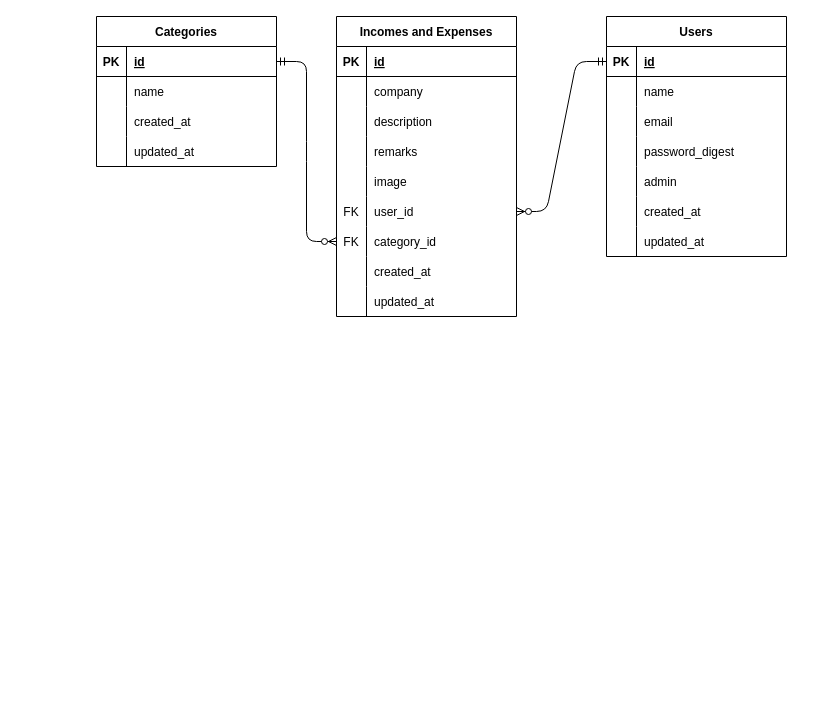
The draw.io diagram docs/er_diagram.drawio in KeiSuzukiNishi/shared_household_account_book, before the edit. Source tidied: cells renumbered, new cells numbered last; positions are measured from the earlier drawing's top-left corner, leaving out a move shared by most shapes. Both pictures are drawn from the tidied source at 100%, with x=0, y=0 at pixel (16, 16).
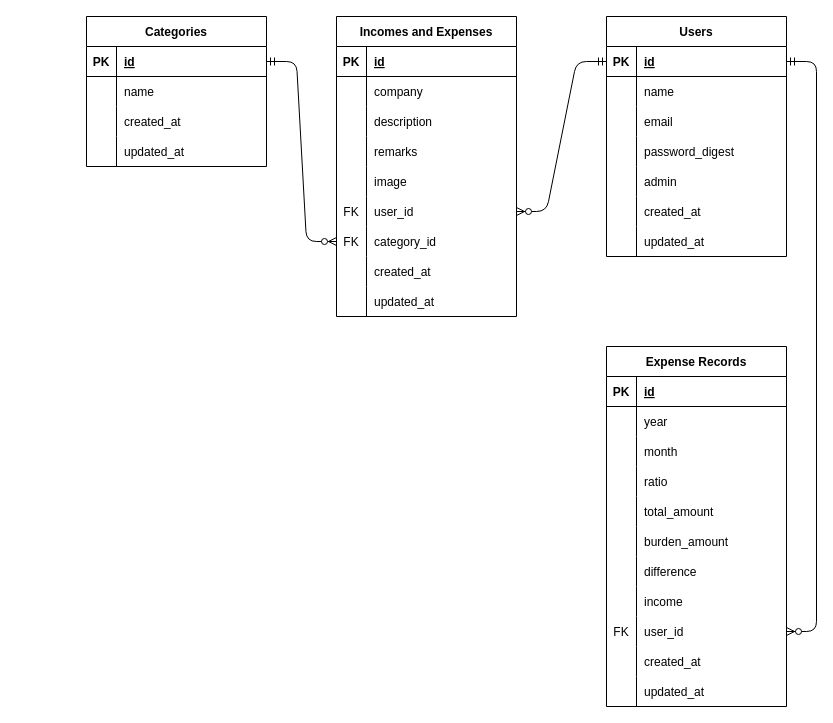
The same page after the edit.

Commit message (it also covers changes not shown here):
er図、フローチャート更新

Unchanged cells that the change refers to:
```xml
<mxCell id="3" style="shape=tableRow;horizontal=0;startSize=0;swimlaneHead=0;swimlaneBody=0;fillColor=none;points=[[0,0.5],[1,0.5]];portConstraint=eastwest;top=0;left=0;right=0;bottom=1;" parent="2" vertex="1">
  <mxGeometry y="30" width="180" height="30" as="geometry" />
</mxCell>
```

Change to the diagram source:
```diff
@@
     <mxCell id="25" value="Categories" style="shape=table;startSize=30;childLayout=tableLayout;rowLines=0;fontStyle=1;align=center;shadow=0;" parent="1" vertex="1">
-      <mxGeometry x="80" width="180" height="150" as="geometry" />
+      <mxGeometry x="70" width="180" height="150" as="geometry" />
     </mxCell>
@@
+    <mxCell id="68" value="Expense Records" style="shape=table;startSize=30;childLayout=tableLayout;rowLines=0;fontStyle=1;align=center;shadow=0;swimlaneLine=1;" parent="1" vertex="1">
+      <mxGeometry x="590" y="330" width="180" height="360" as="geometry" />
+    </mxCell>
+    <mxCell id="69" style="shape=tableRow;horizontal=0;startSize=0;swimlaneHead=0;swimlaneBody=0;fillColor=none;top=0;left=0;right=0;bottom=1;" parent="68" vertex="1">
+      <mxGeometry y="30" width="180" height="30" as="geometry" />
+    </mxCell>
+    <mxCell id="70" value="PK" style="shape=partialRectangle;fillColor=none;top=0;left=0;bottom=0;right=0;fontStyle=1;overflow=hidden;" parent="69" vertex="1">
+      <mxGeometry width="30" height="30" as="geometry" />
+    </mxCell>
+    <mxCell id="71" value="id" style="shape=partialRectangle;fillColor=none;top=0;left=0;bottom=0;right=0;align=left;spacingLeft=6;fontStyle=5;overflow=hidden;" parent="69" vertex="1">
+      <mxGeometry x="30" width="150" height="30" as="geometry" />
+    </mxCell>
+    <mxCell id="72" style="shape=tableRow;horizontal=0;startSize=0;swimlaneHead=0;swimlaneBody=0;fillColor=none;top=0;left=0;right=0;bottom=0;" parent="68" vertex="1">
+      <mxGeometry y="60" width="180" height="30" as="geometry" />
+    </mxCell>
+    <mxCell id="73" style="shape=partialRectangle;fillColor=none;top=0;left=0;bottom=0;right=0;overflow=hidden;" parent="72" vertex="1">
+      <mxGeometry width="30" height="30" as="geometry" />
+    </mxCell>
+    <mxCell id="74" value="year" style="shape=partialRectangle;fillColor=none;top=0;left=0;bottom=0;right=0;align=left;spacingLeft=6;overflow=hidden;" parent="72" vertex="1">
+      <mxGeometry x="30" width="150" height="30" as="geometry" />
+    </mxCell>
+    <mxCell id="75" style="shape=tableRow;horizontal=0;startSize=0;swimlaneHead=0;swimlaneBody=0;fillColor=none;top=0;left=0;right=0;bottom=0;" parent="68" vertex="1">
+      <mxGeometry y="90" width="180" height="30" as="geometry" />
+    </mxCell>
+    <mxCell id="76" style="shape=partialRectangle;fillColor=none;top=0;left=0;bottom=0;right=0;overflow=hidden;" parent="75" vertex="1">
+      <mxGeometry width="30" height="30" as="geometry" />
+    </mxCell>
+    <mxCell id="77" value="month" style="shape=partialRectangle;fillColor=none;top=0;left=0;bottom=0;right=0;align=left;spacingLeft=6;overflow=hidden;" parent="75" vertex="1">
+      <mxGeometry x="30" width="150" height="30" as="geometry" />
+    </mxCell>
+    <mxCell id="78" style="shape=tableRow;horizontal=0;startSize=0;swimlaneHead=0;swimlaneBody=0;fillColor=none;top=0;left=0;right=0;bottom=0;" parent="68" vertex="1">
+      <mxGeometry y="120" width="180" height="30" as="geometry" />
+    </mxCell>
+    <mxCell id="79" style="shape=partialRectangle;fillColor=none;top=0;left=0;bottom=0;right=0;overflow=hidden;" parent="78" vertex="1">
+      <mxGeometry width="30" height="30" as="geometry" />
+    </mxCell>
+    <mxCell id="80" value="ratio" style="shape=partialRectangle;fillColor=none;top=0;left=0;bottom=0;right=0;align=left;spacingLeft=6;overflow=hidden;" parent="78" vertex="1">
+      <mxGeometry x="30" width="150" height="30" as="geometry" />
+    </mxCell>
+    <mxCell id="81" style="shape=tableRow;horizontal=0;startSize=0;swimlaneHead=0;swimlaneBody=0;fillColor=none;top=0;left=0;right=0;bottom=0;" parent="68" vertex="1">
+      <mxGeometry y="150" width="180" height="30" as="geometry" />
+    </mxCell>
+    <mxCell id="82" style="shape=partialRectangle;fillColor=none;top=0;left=0;bottom=0;right=0;overflow=hidden;" parent="81" vertex="1">
+      <mxGeometry width="30" height="30" as="geometry" />
+    </mxCell>
+    <mxCell id="83" value="total_amount" style="shape=partialRectangle;fillColor=none;top=0;left=0;bottom=0;right=0;align=left;spacingLeft=6;overflow=hidden;" parent="81" vertex="1">
+      <mxGeometry x="30" width="150" height="30" as="geometry" />
+    </mxCell>
+    <mxCell id="84" style="shape=tableRow;horizontal=0;startSize=0;swimlaneHead=0;swimlaneBody=0;fillColor=none;top=0;left=0;right=0;bottom=0;" parent="68" vertex="1">
+      <mxGeometry y="180" width="180" height="30" as="geometry" />
+    </mxCell>
+    <mxCell id="85" style="shape=partialRectangle;fillColor=none;top=0;left=0;bottom=0;right=0;overflow=hidden;" parent="84" vertex="1">
+      <mxGeometry width="30" height="30" as="geometry" />
+    </mxCell>
+    <mxCell id="86" value="burden_amount" style="shape=partialRectangle;fillColor=none;top=0;left=0;bottom=0;right=0;align=left;spacingLeft=6;overflow=hidden;" parent="84" vertex="1">
+      <mxGeometry x="30" width="150" height="30" as="geometry" />
+    </mxCell>
+    <mxCell id="87" style="shape=tableRow;horizontal=0;startSize=0;swimlaneHead=0;swimlaneBody=0;fillColor=none;top=0;left=0;right=0;bottom=0;" parent="68" vertex="1">
+      <mxGeometry y="210" width="180" height="30" as="geometry" />
+    </mxCell>
+    <mxCell id="88" style="shape=partialRectangle;fillColor=none;top=0;left=0;bottom=0;right=0;overflow=hidden;" parent="87" vertex="1">
+      <mxGeometry width="30" height="30" as="geometry" />
+    </mxCell>
+    <mxCell id="89" value="difference" style="shape=partialRectangle;fillColor=none;top=0;left=0;bottom=0;right=0;align=left;spacingLeft=6;overflow=hidden;" parent="87" vertex="1">
+      <mxGeometry x="30" width="150" height="30" as="geometry" />
+    </mxCell>
+    <mxCell id="90" style="shape=tableRow;horizontal=0;startSize=0;swimlaneHead=0;swimlaneBody=0;fillColor=none;top=0;left=0;right=0;bottom=0;" parent="68" vertex="1">
+      <mxGeometry y="240" width="180" height="30" as="geometry" />
+    </mxCell>
+    <mxCell id="91" style="shape=partialRectangle;fillColor=none;top=0;left=0;bottom=0;right=0;overflow=hidden;" parent="90" vertex="1">
+      <mxGeometry width="30" height="30" as="geometry" />
+    </mxCell>
+    <mxCell id="92" value="income" style="shape=partialRectangle;fillColor=none;top=0;left=0;bottom=0;right=0;align=left;spacingLeft=6;overflow=hidden;" parent="90" vertex="1">
+      <mxGeometry x="30" width="150" height="30" as="geometry" />
+    </mxCell>
+    <mxCell id="93" style="shape=tableRow;horizontal=0;startSize=0;swimlaneHead=0;swimlaneBody=0;fillColor=none;points=[[0,0.5],[1,0.5]];portConstraint=eastwest;top=0;left=0;right=0;bottom=0;" parent="68" vertex="1">
+      <mxGeometry y="270" width="180" height="30" as="geometry" />
+    </mxCell>
+    <mxCell id="94" value="FK" style="shape=partialRectangle;fillColor=none;top=0;left=0;bottom=0;right=0;overflow=hidden;" parent="93" vertex="1">
+      <mxGeometry width="30" height="30" as="geometry" />
+    </mxCell>
+    <mxCell id="95" value="user_id" style="shape=partialRectangle;fillColor=none;top=0;left=0;bottom=0;right=0;align=left;spacingLeft=6;overflow=hidden;" parent="93" vertex="1">
+      <mxGeometry x="30" width="150" height="30" as="geometry" />
+    </mxCell>
+    <mxCell id="96" style="shape=tableRow;horizontal=0;startSize=0;swimlaneHead=0;swimlaneBody=0;fillColor=none;top=0;left=0;right=0;bottom=0;" parent="68" vertex="1">
+      <mxGeometry y="300" width="180" height="30" as="geometry" />
+    </mxCell>
+    <mxCell id="97" style="shape=partialRectangle;fillColor=none;top=0;left=0;bottom=0;right=0;overflow=hidden;" parent="96" vertex="1">
+      <mxGeometry width="30" height="30" as="geometry" />
+    </mxCell>
+    <mxCell id="98" value="created_at" style="shape=partialRectangle;fillColor=none;top=0;left=0;bottom=0;right=0;align=left;spacingLeft=6;overflow=hidden;" parent="96" vertex="1">
+      <mxGeometry x="30" width="150" height="30" as="geometry" />
+    </mxCell>
+    <mxCell id="99" style="shape=tableRow;horizontal=0;startSize=0;swimlaneHead=0;swimlaneBody=0;fillColor=none;top=0;left=0;right=0;bottom=0;" parent="68" vertex="1">
+      <mxGeometry y="330" width="180" height="30" as="geometry" />
+    </mxCell>
+    <mxCell id="100" style="shape=partialRectangle;fillColor=none;top=0;left=0;bottom=0;right=0;overflow=hidden;" parent="99" vertex="1">
+      <mxGeometry width="30" height="30" as="geometry" />
+    </mxCell>
+    <mxCell id="101" value="updated_at" style="shape=partialRectangle;fillColor=none;top=0;left=0;bottom=0;right=0;align=left;spacingLeft=6;overflow=hidden;" parent="99" vertex="1">
+      <mxGeometry x="30" width="150" height="30" as="geometry" />
+    </mxCell>
+    <mxCell id="102" style="edgeStyle=entityRelationEdgeStyle;fontSize=12;html=1;endArrow=ERzeroToMany;startArrow=ERmandOne;exitX=1;exitY=0.5;exitDx=0;exitDy=0;" parent="1" edge="1" source="3" target="93">
+      <mxGeometry relative="1" as="geometry" />
+    </mxCell>
```
